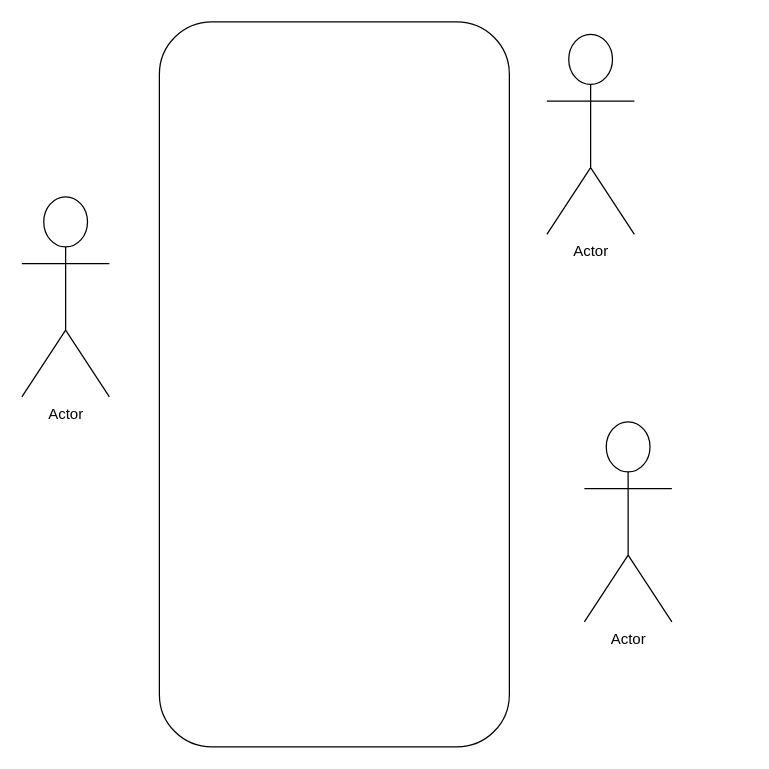
Before: Untitled Diagram.drawio in Way4ward17/UML-Diagrams, a draw.io diagram. Source tidied: cells renumbered, new cells numbered last; positions are measured from the earlier drawing's top-left corner, leaving out a move shared by most shapes. Both pictures are drawn from the tidied source at 125%, with x=0, y=0 at pixel (21, 21).
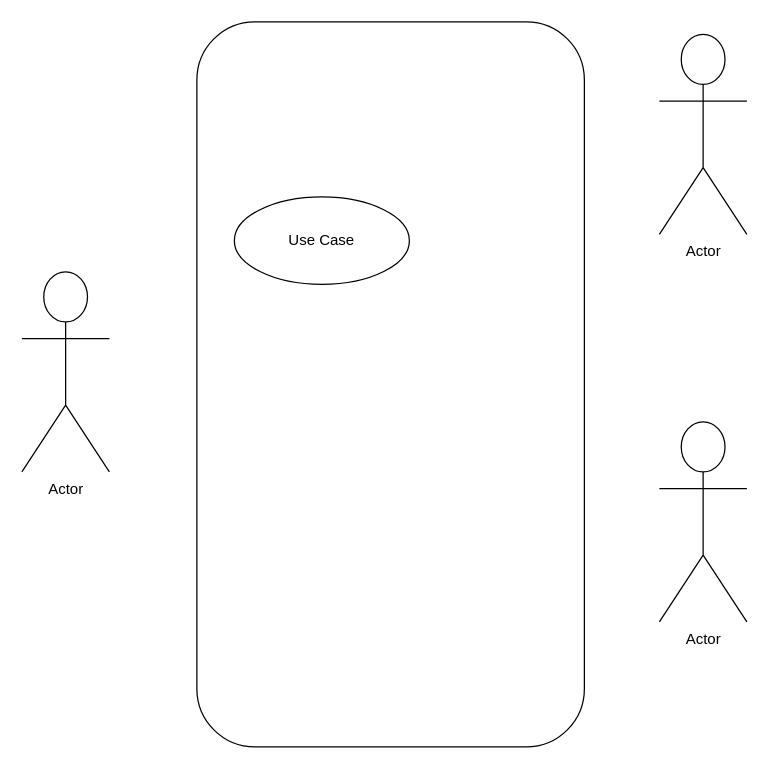
After the change.

The edit, as a diff of the source:
```diff
@@
 <mxGraphModel>
   <root>
     <mxCell id="0" />
     <mxCell id="1" parent="0" />
+    <mxCell id="5" style="rounded=1;whiteSpace=wrap;html=1;" parent="1" vertex="1">
+      <mxGeometry x="140" width="310" height="580" as="geometry" />
+    </mxCell>
     <mxCell id="2" value="Actor" style="shape=umlActor;verticalLabelPosition=bottom;verticalAlign=top;html=1;" parent="1" vertex="1">
-      <mxGeometry y="140" width="70" height="160" as="geometry" />
+      <mxGeometry y="200" width="70" height="160" as="geometry" />
     </mxCell>
     <mxCell id="3" value="Actor" style="shape=umlActor;verticalLabelPosition=bottom;verticalAlign=top;html=1;" parent="1" vertex="1">
-      <mxGeometry x="450" y="320" width="70" height="160" as="geometry" />
+      <mxGeometry x="510" y="320" width="70" height="160" as="geometry" />
     </mxCell>
     <mxCell id="4" value="Actor" style="shape=umlActor;verticalLabelPosition=bottom;verticalAlign=top;html=1;" parent="1" vertex="1">
-      <mxGeometry x="420" y="10" width="70" height="160" as="geometry" />
+      <mxGeometry x="510" y="10" width="70" height="160" as="geometry" />
     </mxCell>
-    <mxCell id="5" style="rounded=1;whiteSpace=wrap;html=1;" parent="1" vertex="1">
-      <mxGeometry x="110" width="280" height="580" as="geometry" />
-    </mxCell>
+    <mxCell id="6" value="Use Case" style="ellipse;whiteSpace=wrap;html=1;" parent="1" vertex="1">
+      <mxGeometry x="170" y="140" width="140" height="70" as="geometry" />
+    </mxCell>
   </root>
 </mxGraphModel>
```
